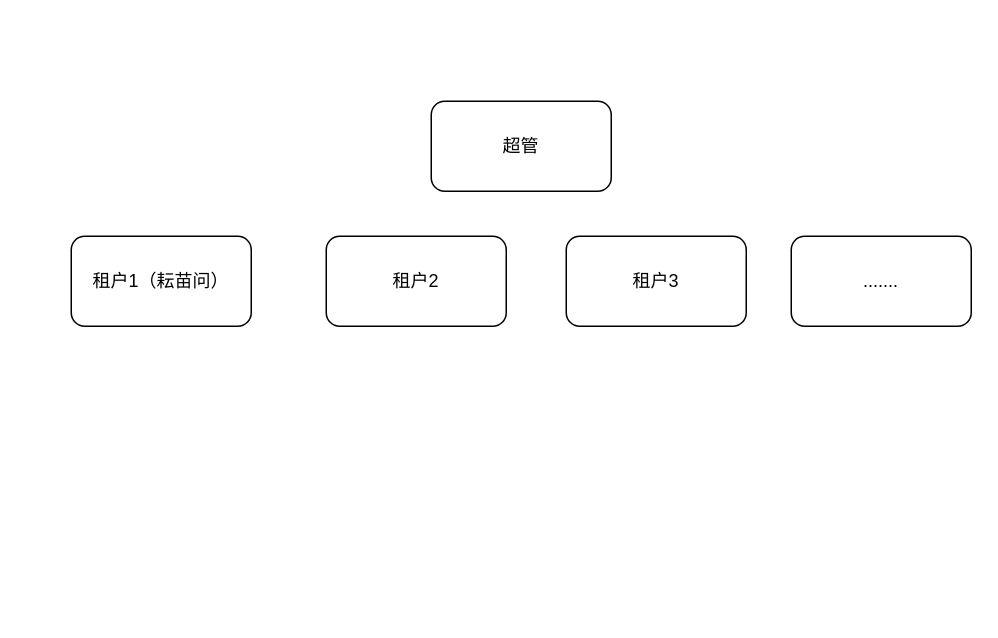
The draw.io diagram 0715.drawio in yzy1421/Amateur-women-basketball-in-China, before the edit. Source tidied: cells renumbered, new cells numbered last; positions are measured from the earlier drawing's top-left corner, leaving out a move shared by most shapes. Both pictures are drawn from the tidied source at 150%, with x=0, y=0 at pixel (70, 100).
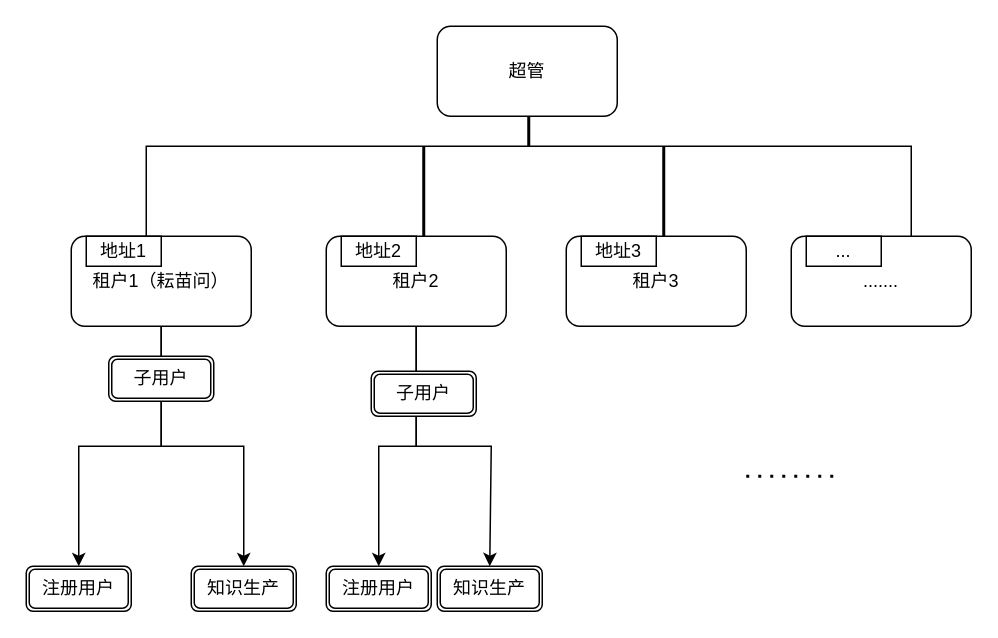
The same diagram, later.

Unchanged cells that the change refers to:
```xml
<mxCell id="3" value="租户2" style="rounded=1;whiteSpace=wrap;html=1;" parent="1" vertex="1">
  <mxGeometry x="170" y="90" width="120" height="60" as="geometry" />
</mxCell>
<mxCell id="4" value="租户1（耘苗问）" style="rounded=1;whiteSpace=wrap;html=1;" parent="1" vertex="1">
  <mxGeometry y="90" width="120" height="60" as="geometry" />
</mxCell>
```

Change to the diagram source:
```diff
@@
     <mxCell id="2" value="超管" style="rounded=1;whiteSpace=wrap;html=1;" parent="1" vertex="1">
-      <mxGeometry x="240" width="120" height="60" as="geometry" />
+      <mxGeometry x="244" y="-50" width="120" height="60" as="geometry" />
     </mxCell>
@@
+    <mxCell id="7" style="edgeStyle=orthogonalEdgeStyle;rounded=0;jettySize=auto;html=1;exitX=0.5;exitY=1;exitDx=0;exitDy=0;entryX=0.5;entryY=0;entryDx=0;entryDy=0;" parent="1" edge="1" source="4" target="17">
+      <mxGeometry relative="1" as="geometry" />
+    </mxCell>
+    <mxCell id="8" style="edgeStyle=orthogonalEdgeStyle;rounded=0;jettySize=auto;html=1;exitX=0.5;exitY=1;exitDx=0;exitDy=0;entryX=0.5;entryY=0;entryDx=0;entryDy=0;" parent="1" edge="1" source="4" target="18">
+      <mxGeometry relative="1" as="geometry" />
+    </mxCell>
@@
+    <mxCell id="9" value="地址1" style="rounded=0;whiteSpace=wrap;html=1;" parent="1" vertex="1">
+      <mxGeometry x="10" y="90" width="50" height="20" as="geometry" />
+    </mxCell>
+    <mxCell id="10" value="..." style="rounded=0;whiteSpace=wrap;html=1;" parent="1" vertex="1">
+      <mxGeometry x="490" y="90" width="50" height="20" as="geometry" />
+    </mxCell>
+    <mxCell id="11" value="地址3" style="rounded=0;whiteSpace=wrap;html=1;" parent="1" vertex="1">
+      <mxGeometry x="340" y="90" width="50" height="20" as="geometry" />
+    </mxCell>
+    <mxCell id="12" value="地址2" style="rounded=0;whiteSpace=wrap;html=1;" parent="1" vertex="1">
+      <mxGeometry x="180" y="90" width="50" height="20" as="geometry" />
+    </mxCell>
+    <mxCell id="13" style="shape=partialRectangle;whiteSpace=wrap;html=1;bottom=1;right=1;left=1;top=0;fillColor=none;routingCenterX=-0.5;direction=west;" parent="1" vertex="1">
+      <mxGeometry x="50" y="30" width="510" height="60" as="geometry" />
+    </mxCell>
+    <mxCell id="14" style="line;strokeWidth=2;direction=south;html=1;" parent="1" vertex="1">
+      <mxGeometry x="300" y="10" width="10" height="20" as="geometry" />
+    </mxCell>
+    <mxCell id="15" style="line;strokeWidth=2;direction=south;html=1;" parent="1" vertex="1">
+      <mxGeometry x="230" y="30" width="10" height="60" as="geometry" />
+    </mxCell>
+    <mxCell id="16" style="line;strokeWidth=2;direction=south;html=1;" parent="1" vertex="1">
+      <mxGeometry x="390" y="30" width="10" height="60" as="geometry" />
+    </mxCell>
+    <mxCell id="17" value="注册用户" style="shape=ext;double=1;rounded=1;whiteSpace=wrap;html=1;" parent="1" vertex="1">
+      <mxGeometry x="-30" y="310" width="70" height="30" as="geometry" />
+    </mxCell>
+    <mxCell id="18" value="知识生产" style="shape=ext;double=1;rounded=1;whiteSpace=wrap;html=1;" parent="1" vertex="1">
+      <mxGeometry x="80" y="310" width="70" height="30" as="geometry" />
+    </mxCell>
+    <mxCell id="19" value="子用户" style="shape=ext;double=1;rounded=1;whiteSpace=wrap;html=1;" parent="1" vertex="1">
+      <mxGeometry x="25" y="170" width="70" height="30" as="geometry" />
+    </mxCell>
+    <mxCell id="20" style="edgeStyle=orthogonalEdgeStyle;rounded=0;jettySize=auto;html=1;exitX=0.5;exitY=1;exitDx=0;exitDy=0;entryX=0.5;entryY=0;entryDx=0;entryDy=0;" parent="1" edge="1" source="3" target="22">
+      <mxGeometry relative="1" as="geometry">
+        <Array as="points">
+          <mxPoint x="230" y="230" />
+          <mxPoint x="205" y="230" />
+        </Array>
+      </mxGeometry>
+    </mxCell>
+    <mxCell id="21" style="edgeStyle=orthogonalEdgeStyle;rounded=0;jettySize=auto;html=1;entryX=0.5;entryY=0;entryDx=0;entryDy=0;" parent="1" edge="1" target="23">
+      <mxGeometry relative="1" as="geometry">
+        <mxPoint x="230" y="150" as="sourcePoint" />
+        <Array as="points">
+          <mxPoint x="230" y="230" />
+          <mxPoint x="280" y="230" />
+          <mxPoint x="280" y="310" />
+        </Array>
+      </mxGeometry>
+    </mxCell>
+    <mxCell id="22" value="注册用户" style="shape=ext;double=1;rounded=1;whiteSpace=wrap;html=1;" parent="1" vertex="1">
+      <mxGeometry x="170" y="310" width="70" height="30" as="geometry" />
+    </mxCell>
+    <mxCell id="23" value="知识生产" style="shape=ext;double=1;rounded=1;whiteSpace=wrap;html=1;" parent="1" vertex="1">
+      <mxGeometry x="244" y="310" width="70" height="30" as="geometry" />
+    </mxCell>
+    <mxCell id="24" value="子用户" style="shape=ext;double=1;rounded=1;whiteSpace=wrap;html=1;" parent="1" vertex="1">
+      <mxGeometry x="200" y="180" width="70" height="30" as="geometry" />
+    </mxCell>
+    <mxCell id="25" style="endArrow=none;dashed=1;html=1;dashPattern=1 3;strokeWidth=2;rounded=0;" parent="1" edge="1">
+      <mxGeometry relative="1" as="geometry">
+        <mxPoint x="450" y="250" as="sourcePoint" />
+        <mxPoint x="510" y="250" as="targetPoint" />
+      </mxGeometry>
+    </mxCell>
```
